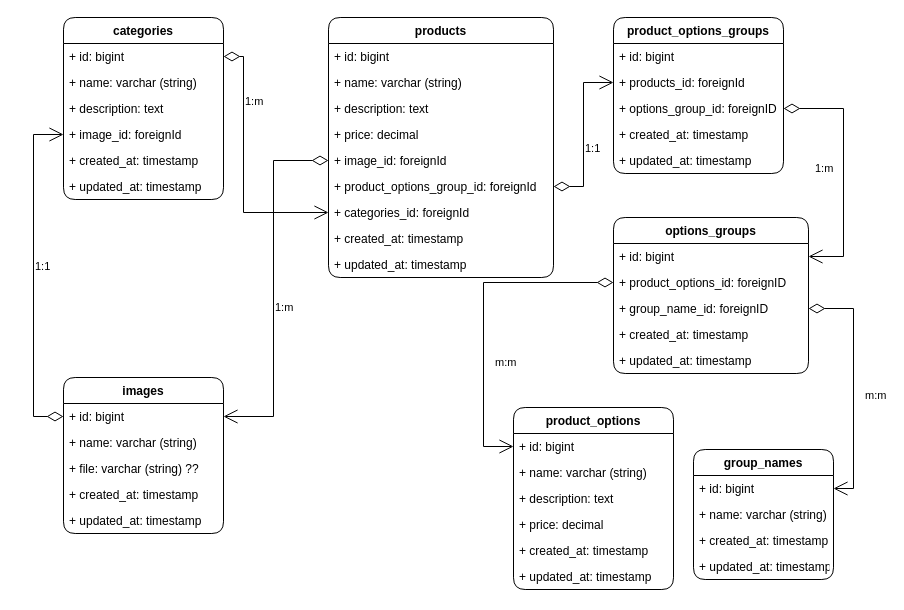
Above: UML Project_GC.drawio in david-track/project-gc (draw.io), before the change. Source tidied: cells renumbered, new cells numbered last; positions are measured from the earlier drawing's top-left corner, leaving out a move shared by most shapes. Both pictures are drawn from the tidied source at 100%, with x=0, y=0 at pixel (33, 17).
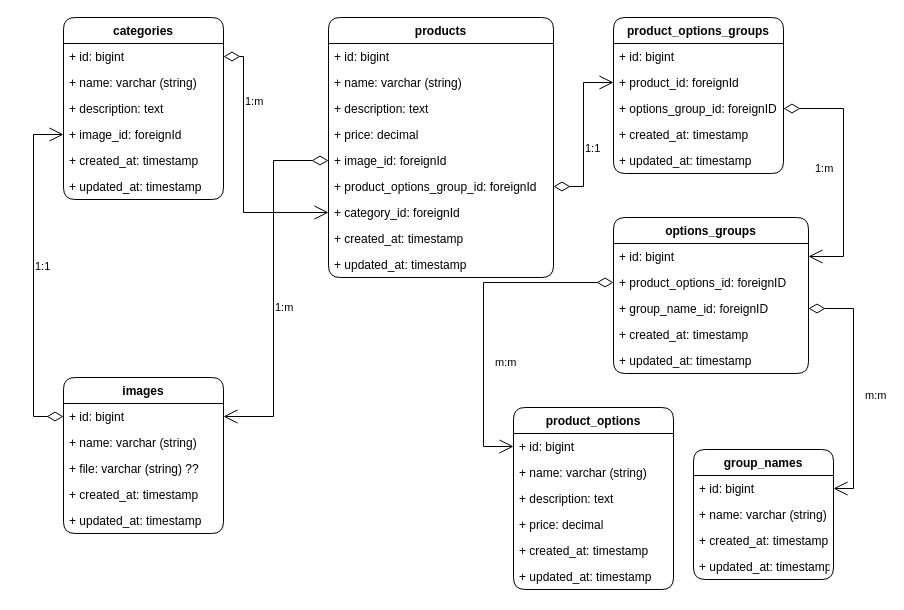
After the change.

Unchanged cells that the change refers to:
```xml
<mxCell id="9" value="products" style="swimlane;fontStyle=1;horizontal=1;startSize=26;fillColor=none;rounded=1;" parent="1" vertex="1">
  <mxGeometry x="295" width="225" height="260" as="geometry" />
</mxCell>
<mxCell id="32" value="product_options_groups" style="swimlane;fontStyle=1;horizontal=1;startSize=26;fillColor=none;rounded=1;" parent="1" vertex="1">
  <mxGeometry x="580" width="170" height="156" as="geometry" />
</mxCell>
```

Change to the diagram source:
```diff
@@
-    <mxCell id="16" value="+ categories_id: foreignId" style="text;strokeColor=none;fillColor=none;align=left;verticalAlign=top;spacingLeft=4;spacingRight=4;overflow=hidden;rounded=1;" parent="9" vertex="1">
+    <mxCell id="16" value="+ category_id: foreignId" style="text;strokeColor=none;fillColor=none;align=left;verticalAlign=top;spacingLeft=4;spacingRight=4;overflow=hidden;rounded=1;" parent="9" vertex="1">
       <mxGeometry y="182" width="225" height="26" as="geometry" />
     </mxCell>
@@
-    <mxCell id="34" value="+ products_id: foreignId" style="text;strokeColor=none;fillColor=none;align=left;verticalAlign=top;spacingLeft=4;spacingRight=4;overflow=hidden;points=[[0,0.5],[1,0.5]];portConstraint=eastwest;rounded=1;" parent="32" vertex="1">
+    <mxCell id="34" value="+ product_id: foreignId" style="text;strokeColor=none;fillColor=none;align=left;verticalAlign=top;spacingLeft=4;spacingRight=4;overflow=hidden;points=[[0,0.5],[1,0.5]];portConstraint=eastwest;rounded=1;" parent="32" vertex="1">
       <mxGeometry y="52" width="170" height="26" as="geometry" />
     </mxCell>
```
